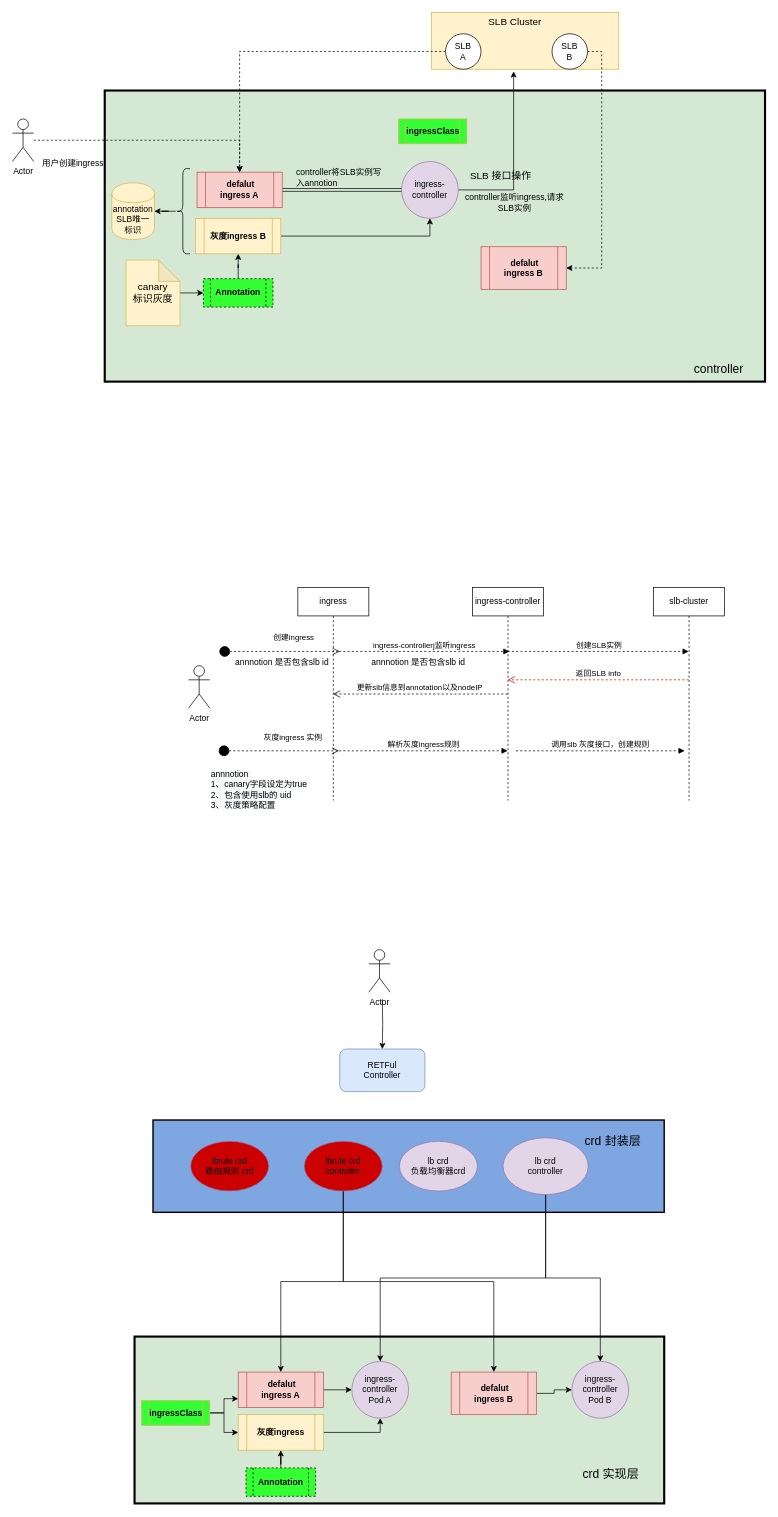
Above: 灰度设计架构图.drawio in chenguoquan1024/kubespray (draw.io), before the change. Source tidied: cells renumbered, new cells numbered last; positions are measured from the earlier drawing's top-left corner, leaving out a move shared by most shapes. Both pictures are drawn from the tidied source at 71%, with x=0, y=0 at pixel (12, 12).
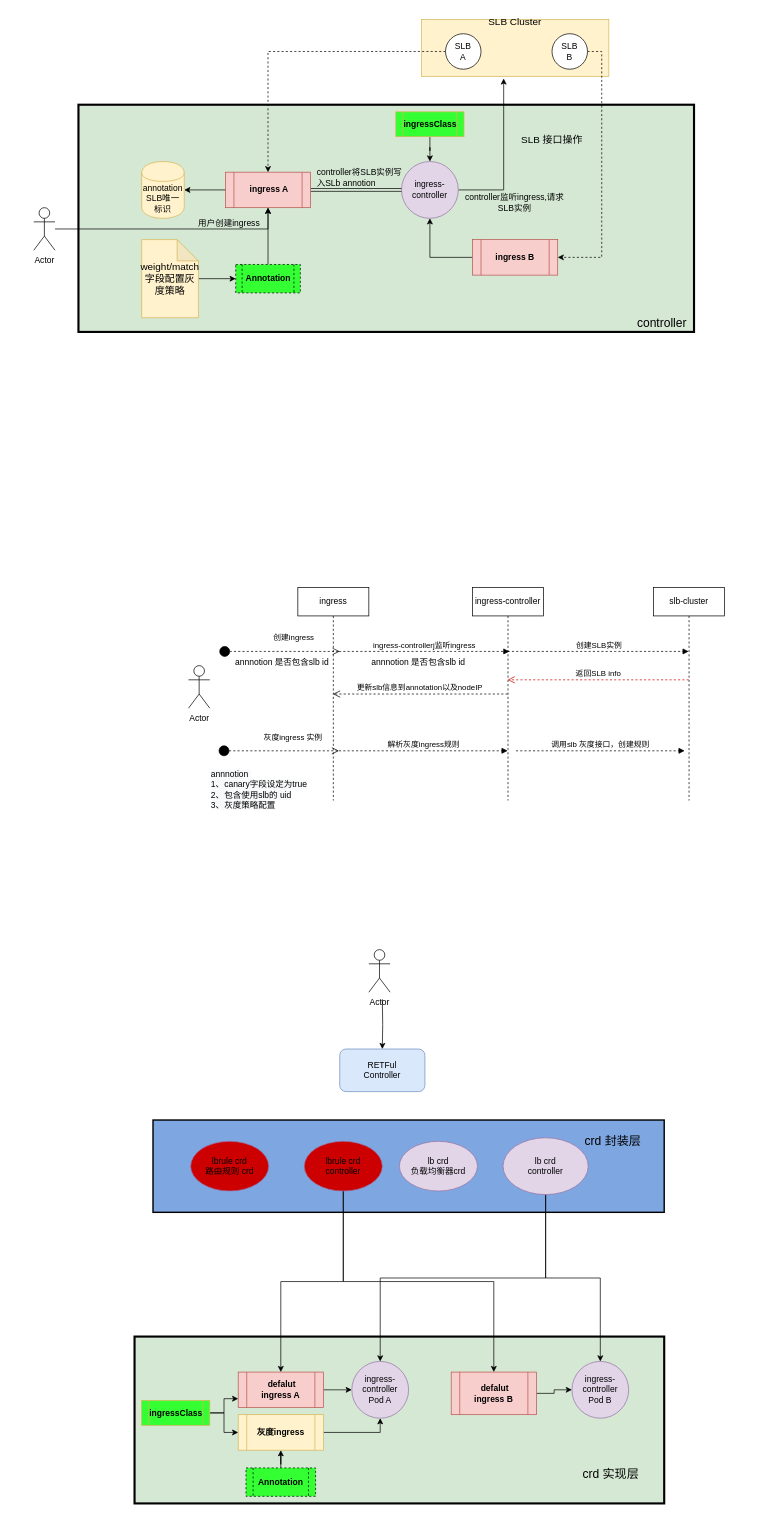
The same page after the edit.

Commit message:
Update 灰度设计架构图.drawio

Unchanged cells that the change refers to:
```xml
<mxCell id="4" value="ingress-controller" style="ellipse;whiteSpace=wrap;html=1;fillColor=#e1d5e7;strokeColor=#9673a6;" parent="1" vertex="1">
  <mxGeometry x="548" y="210" width="80" height="80" as="geometry" />
</mxCell>
<mxCell id="54" value="SLB&lt;br&gt;A" style="ellipse;whiteSpace=wrap;html=1;" parent="1" vertex="1">
  <mxGeometry x="610" y="30" width="50" height="50" as="geometry" />
</mxCell>
```

Diff of the diagram source:
```diff
@@
     <mxCell id="2" style="rounded=0;whiteSpace=wrap;html=1;fillColor=#D5E8D4;strokeWidth=3;" parent="1" vertex="1">
-      <mxGeometry x="130" y="110" width="930" height="410" as="geometry" />
+      <mxGeometry x="93" y="130" width="867" height="320" as="geometry" />
     </mxCell>
@@
-    <mxCell id="6" value="&lt;b&gt;&amp;nbsp;defalut&lt;br&gt;ingress A&lt;/b&gt;" style="shape=process;whiteSpace=wrap;html=1;backgroundOutline=1;fillColor=#f8cecc;strokeColor=#b85450;" parent="1" vertex="1">
-      <mxGeometry x="260" y="225" width="120" height="50" as="geometry" />
+    <mxCell id="6" value="&lt;b&gt;&amp;nbsp;ingress A&lt;/b&gt;" style="shape=process;whiteSpace=wrap;html=1;backgroundOutline=1;fillColor=#f8cecc;strokeColor=#b85450;" parent="1" vertex="1">
+      <mxGeometry x="300" y="225" width="120" height="50" as="geometry" />
     </mxCell>
-    <mxCell id="7" style="edgeStyle=orthogonalEdgeStyle;rounded=0;jettySize=auto;html=1;entryX=0.5;entryY=1;entryDx=0;entryDy=0;" parent="1" edge="1" source="8" target="4">
-      <mxGeometry relative="1" as="geometry" />
-    </mxCell>
-    <mxCell id="8" value="&lt;b&gt;灰度ingress B&lt;/b&gt;" style="shape=process;whiteSpace=wrap;html=1;backgroundOutline=1;fillColor=#fff2cc;strokeColor=#d6b656;" parent="1" vertex="1">
-      <mxGeometry x="258" y="290" width="120" height="50" as="geometry" />
-    </mxCell>
-    <mxCell id="9" style="edgeStyle=orthogonalEdgeStyle;rounded=0;jettySize=auto;html=1;dashed=1;entryX=0.5;entryY=0;entryDx=0;entryDy=0;" parent="1" edge="1" source="10" target="6">
+    <mxCell id="9" style="edgeStyle=orthogonalEdgeStyle;rounded=0;jettySize=auto;html=1;entryX=0.5;entryY=1;entryDx=0;entryDy=0;" parent="1" edge="1" source="10" target="6">
       <mxGeometry relative="1" as="geometry" />
     </mxCell>
     <mxCell id="10" value="Actor" style="shape=umlActor;verticalLabelPosition=bottom;verticalAlign=top;html=1;outlineConnect=0;" parent="1" vertex="1">
-      <mxGeometry y="150" width="30" height="60" as="geometry" />
+      <mxGeometry x="30" y="275" width="30" height="60" as="geometry" />
     </mxCell>
+    <mxCell id="74" style="edgeStyle=orthogonalEdgeStyle;rounded=0;jettySize=auto;html=1;" parent="1" edge="1" source="11" target="4">
+      <mxGeometry relative="1" as="geometry" />
+    </mxCell>
-    <mxCell id="11" value="&lt;b&gt;&amp;nbsp;defalut&lt;br&gt;ingress B&lt;/b&gt;" style="shape=process;whiteSpace=wrap;html=1;backgroundOutline=1;fillColor=#f8cecc;strokeColor=#b85450;" parent="1" vertex="1">
-      <mxGeometry x="660" y="330" width="120" height="60" as="geometry" />
+    <mxCell id="11" value="&lt;b&gt;ingress B&lt;/b&gt;" style="shape=process;whiteSpace=wrap;html=1;backgroundOutline=1;fillColor=#f8cecc;strokeColor=#b85450;" parent="1" vertex="1">
+      <mxGeometry x="648" y="320" width="120" height="50" as="geometry" />
     </mxCell>
     <mxCell id="12" value="&lt;span style=&quot;font-size: 17px&quot;&gt;controller&lt;/span&gt;" style="text;html=1;strokeColor=none;fillColor=none;align=center;verticalAlign=middle;whiteSpace=wrap;rounded=0;" parent="1" vertex="1">
-      <mxGeometry x="930" y="490" width="130" height="25" as="geometry" />
+      <mxGeometry x="850" y="425" width="130" height="25" as="geometry" />
     </mxCell>
-    <mxCell id="13" style="edgeStyle=orthogonalEdgeStyle;rounded=0;jettySize=auto;html=1;entryX=0.5;entryY=1;entryDx=0;entryDy=0;" parent="1" edge="1" source="14" target="8">
+    <mxCell id="13" style="edgeStyle=orthogonalEdgeStyle;rounded=0;jettySize=auto;html=1;entryX=0.5;entryY=1;entryDx=0;entryDy=0;" parent="1" edge="1" source="14" target="6">
       <mxGeometry relative="1" as="geometry" />
     </mxCell>
     <mxCell id="14" value="&lt;b&gt;Annotation&lt;/b&gt;" style="shape=process;whiteSpace=wrap;html=1;backgroundOutline=1;fillColor=#33FF33;dashed=1;" parent="1" vertex="1">
-      <mxGeometry x="269" y="375" width="98" height="40" as="geometry" />
+      <mxGeometry x="314.5" y="355" width="91" height="40" as="geometry" />
     </mxCell>
@@
+    <mxCell id="75" style="edgeStyle=orthogonalEdgeStyle;rounded=0;jettySize=auto;html=1;exitX=0.5;exitY=1;exitDx=0;exitDy=0;" parent="1" edge="1" source="43" target="4">
+      <mxGeometry relative="1" as="geometry" />
+    </mxCell>
     <mxCell id="43" value="&lt;b&gt;ingressClass&lt;/b&gt;" style="shape=process;whiteSpace=wrap;html=1;backgroundOutline=1;strokeColor=#d6b656;fillColor=#33FF33;" parent="1" vertex="1">
-      <mxGeometry x="544" y="150" width="96" height="35" as="geometry" />
+      <mxGeometry x="540" y="140" width="96" height="35" as="geometry" />
     </mxCell>
     <mxCell id="44" style="rounded=0;whiteSpace=wrap;html=1;fillColor=#fff2cc;strokeColor=#d6b656;" parent="1" vertex="1">
-      <mxGeometry x="590" width="264" height="80" as="geometry" />
+      <mxGeometry x="576" y="10" width="264" height="80" as="geometry" />
     </mxCell>
     <mxCell id="45" value="&lt;font style=&quot;font-size: 14px&quot;&gt;SLB 接口操作&lt;/font&gt;" style="text;html=1;strokeColor=none;fillColor=none;align=center;verticalAlign=middle;whiteSpace=wrap;rounded=0;" parent="1" vertex="1">
-      <mxGeometry x="628" y="220" width="120" height="20" as="geometry" />
+      <mxGeometry x="700" y="170" width="120" height="20" as="geometry" />
     </mxCell>
@@
-    <mxCell id="47" value="&lt;span lang=&quot;EN-US&quot; style=&quot;font-size: 10.5pt&quot;&gt;canary&lt;br&gt;标识灰度&lt;br&gt;&lt;/span&gt;" style="shape=note;whiteSpace=wrap;html=1;backgroundOutline=1;darkOpacity=0.05;strokeColor=#d6b656;fillColor=#fff2cc;" parent="1" vertex="1">
-      <mxGeometry x="160" y="348.8" width="76" height="92.5" as="geometry" />
+    <mxCell id="47" value="&lt;span lang=&quot;EN-US&quot; style=&quot;font-size: 10.5pt&quot;&gt;weight/match&lt;br&gt;字段配置灰度策略&lt;br&gt;&lt;/span&gt;" style="shape=note;whiteSpace=wrap;html=1;backgroundOutline=1;darkOpacity=0.05;strokeColor=#d6b656;fillColor=#fff2cc;" parent="1" vertex="1">
+      <mxGeometry x="182" y="320" width="80" height="110" as="geometry" />
     </mxCell>
-    <mxCell id="48" style="edgeStyle=orthogonalEdgeStyle;rounded=0;jettySize=auto;html=1;" parent="1" edge="1" source="49" target="52">
+    <mxCell id="48" style="edgeStyle=orthogonalEdgeStyle;rounded=0;jettySize=auto;html=1;" parent="1" edge="1" source="6" target="52">
       <mxGeometry relative="1" as="geometry" />
     </mxCell>
-    <mxCell id="49" style="shape=curlyBracket;whiteSpace=wrap;html=1;rounded=1;fillColor=#33FF33;" parent="1" vertex="1">
-      <mxGeometry x="230" y="220" width="20" height="120" as="geometry" />
-    </mxCell>
@@
-    <mxCell id="51" value="controller将SLB实例写入annotion" style="text;html=1;strokeColor=none;fillColor=none;align=left;verticalAlign=middle;whiteSpace=wrap;rounded=0;" parent="1" vertex="1">
-      <mxGeometry x="398" y="225" width="132" height="15" as="geometry" />
+    <mxCell id="51" value="controller将SLB实例写入SLb annotion" style="text;html=1;strokeColor=none;fillColor=none;align=left;verticalAlign=middle;whiteSpace=wrap;rounded=0;" parent="1" vertex="1">
+      <mxGeometry x="427" y="225" width="132" height="15" as="geometry" />
     </mxCell>
     <mxCell id="52" value="annotation&lt;br&gt;SLB唯一标识" style="shape=cylinder;whiteSpace=wrap;html=1;boundedLbl=1;backgroundOutline=1;rounded=1;fillColor=#fff2cc;strokeColor=#d6b656;" parent="1" vertex="1">
-      <mxGeometry x="140" y="240" width="60" height="80" as="geometry" />
+      <mxGeometry x="182" y="210" width="60" height="80" as="geometry" />
     </mxCell>
-    <mxCell id="53" style="edgeStyle=orthogonalEdgeStyle;rounded=0;jettySize=auto;html=1;exitX=0;exitY=0.5;exitDx=0;exitDy=0;dashed=1;" parent="1" edge="1" source="54" target="6">
+    <mxCell id="53" style="edgeStyle=orthogonalEdgeStyle;rounded=0;jettySize=auto;html=1;exitX=0;exitY=0.5;exitDx=0;exitDy=0;entryX=0.5;entryY=0;entryDx=0;entryDy=0;dashed=1;" parent="1" edge="1" source="54" target="6">
       <mxGeometry relative="1" as="geometry" />
     </mxCell>
@@
     <mxCell id="58" value="用户创建ingress" style="text;html=1;strokeColor=none;fillColor=none;align=left;verticalAlign=middle;whiteSpace=wrap;rounded=0;" parent="1" vertex="1">
-      <mxGeometry x="40" y="205" width="132" height="15" as="geometry" />
+      <mxGeometry x="260" y="290" width="132" height="15" as="geometry" />
     </mxCell>
```
